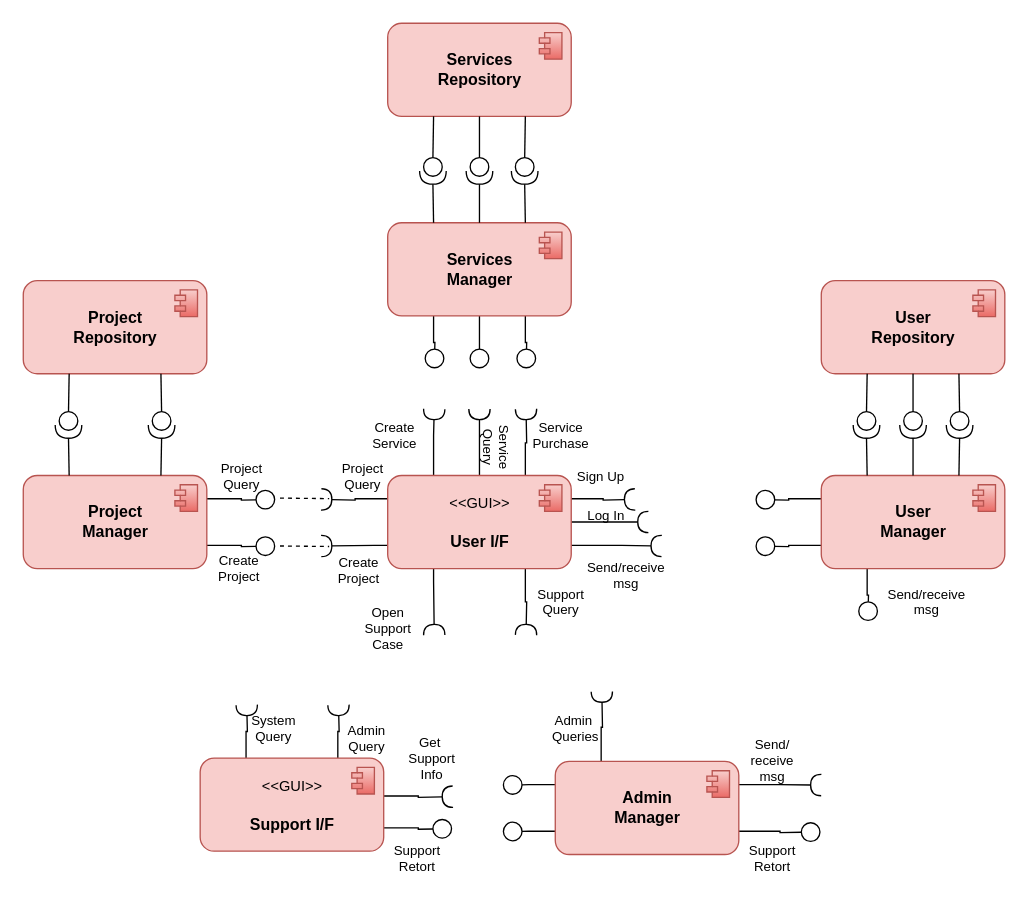
Above: page "Component Diagram" (3 of 3) of SAD Diagrams.drawio in Itaybarbar/myProject (draw.io), before the change. Source tidied: cells renumbered, new cells numbered last; positions are measured from the earlier drawing's top-left corner, leaving out a move shared by most shapes. Both pictures are drawn from the tidied source at 133%, with x=0, y=0 at pixel (23, 23).
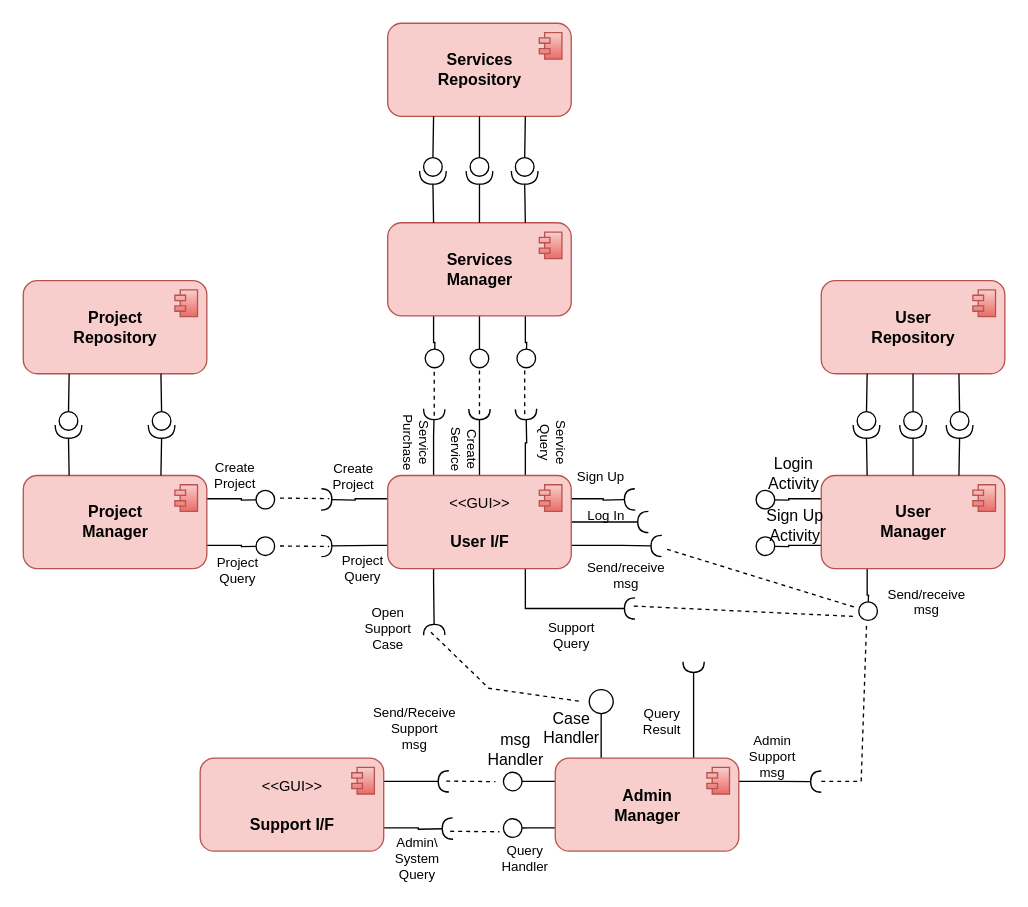
The same page after the edit.

Unchanged cells that the change refers to:
```xml
<mxCell id="2" style="edgeStyle=orthogonalEdgeStyle;rounded=0;jettySize=auto;html=1;exitX=0;exitY=0.25;exitDx=0;exitDy=0;endArrow=halfCircle;endFill=0;" parent="1" edge="1" source="15">
  <mxGeometry relative="1" as="geometry">
    <mxPoint x="224" y="358" as="targetPoint" />
  </mxGeometry>
</mxCell>
<mxCell id="4" style="edgeStyle=orthogonalEdgeStyle;rounded=0;jettySize=auto;html=1;exitX=0;exitY=0.75;exitDx=0;exitDy=0;endArrow=halfCircle;endFill=0;arcSize=20;strokeWidth=1;targetPerimeterSpacing=12;sourcePerimeterSpacing=0;" parent="1" edge="1" source="15">
  <mxGeometry relative="1" as="geometry">
    <mxPoint x="224" y="393" as="targetPoint" />
    <Array as="points">
      <mxPoint x="264" y="393" />
      <mxPoint x="264" y="393" />
    </Array>
  </mxGeometry>
</mxCell>
<mxCell id="15" value="&lt;blockquote style=&quot;margin: 0 0 0 40px ; border: none ; padding: 0px&quot;&gt;&lt;/blockquote&gt;&lt;span style=&quot;font-size: 11px&quot;&gt;&lt;span style=&quot;font-weight: normal&quot;&gt;&amp;lt;&amp;lt;GUI&amp;gt;&amp;gt;&lt;br&gt;&lt;/span&gt;&lt;br&gt;&lt;/span&gt;User I/F&lt;br&gt; " style="html=1;fillColor=#f8cecc;strokeColor=#b85450;align=center;fontStyle=1;perimeterSpacing=0;rounded=1;" parent="1" vertex="1">
  <mxGeometry x="274" y="340" width="138" height="70" as="geometry" />
</mxCell>
<mxCell id="26" value="&lt;blockquote style=&quot;margin: 0 0 0 40px ; border: none ; padding: 0px&quot;&gt;&lt;/blockquote&gt;&lt;span style=&quot;font-size: 11px&quot;&gt;&lt;span style=&quot;font-weight: normal&quot;&gt;&amp;lt;&amp;lt;GUI&amp;gt;&amp;gt;&lt;br&gt;&lt;/span&gt;&lt;br&gt;&lt;/span&gt;Support I/F&lt;br&gt; " style="html=1;fillColor=#f8cecc;strokeColor=#b85450;align=center;fontStyle=1;perimeterSpacing=0;rounded=1;" parent="1" vertex="1">
  <mxGeometry x="133" y="552.5" width="138" height="70" as="geometry" />
</mxCell>
<mxCell id="62" value="Send/receive&lt;br&gt;msg" style="text;html=1;align=center;verticalAlign=middle;points=[];strokeColor=none;fillColor=none;fontSize=10;" parent="1" vertex="1">
  <mxGeometry x="418" y="400" width="70" height="30" as="geometry" />
</mxCell>
```

Change to the diagram source:
```diff
@@
-    <mxCell id="3" value="Project &lt;br style=&quot;font-size: 10px;&quot;&gt;Query" style="edgeLabel;html=1;align=center;verticalAlign=middle;fontSize=10;" parent="2" vertex="1">
+    <mxCell id="3" value="Project &lt;br style=&quot;font-size: 10px;&quot;&gt;Query" style="edgeLabel;html=1;align=center;verticalAlign=middle;fontSize=10;rotation=0;" parent="2" vertex="1">
       <mxGeometry x="-0.22" y="1" relative="1" as="geometry">
-        <mxPoint y="-18" as="offset" />
+        <mxPoint y="51" as="offset" />
       </mxGeometry>
     </mxCell>
@@
     <mxCell id="5" value="Create&lt;br style=&quot;font-size: 10px;&quot;&gt;Project" style="edgeLabel;html=1;align=center;verticalAlign=middle;fontSize=10;" parent="4" vertex="1">
       <mxGeometry x="0.28" y="-1" relative="1" as="geometry">
-        <mxPoint x="-80" y="18" as="offset" />
+        <mxPoint x="-83" y="-52" as="offset" />
       </mxGeometry>
     </mxCell>
@@
     <mxCell id="12" style="edgeStyle=orthogonalEdgeStyle;rounded=0;jettySize=auto;html=1;exitX=0.75;exitY=1;exitDx=0;exitDy=0;endArrow=halfCircle;endFill=0;sourcePerimeterSpacing=0;targetPerimeterSpacing=0;strokeWidth=1;" parent="1" edge="1" source="15">
       <mxGeometry relative="1" as="geometry">
-        <mxPoint x="378" y="460" as="targetPoint" />
+        <mxPoint x="460" y="440" as="targetPoint" />
+        <Array as="points">
+          <mxPoint x="378" y="440" />
+        </Array>
       </mxGeometry>
     </mxCell>
@@
     <mxCell id="18" value="Service&lt;br style=&quot;font-size: 10px;&quot;&gt;Query" style="text;html=1;align=center;verticalAlign=middle;strokeColor=none;fillColor=none;fontSize=10;rotation=90;" parent="1" vertex="1">
-      <mxGeometry x="332" y="303.5" width="50" height="30" as="geometry" />
+      <mxGeometry x="374" y="300" width="50" height="30" as="geometry" />
     </mxCell>
-    <mxCell id="19" value="Service&lt;br style=&quot;font-size: 10px;&quot;&gt;Purchase" style="text;html=1;align=center;verticalAlign=middle;strokeColor=none;fillColor=none;fontSize=10;" parent="1" vertex="1">
-      <mxGeometry x="374" y="295" width="60" height="30" as="geometry" />
+    <mxCell id="19" value="Service&lt;br style=&quot;font-size: 10px;&quot;&gt;Purchase" style="text;html=1;align=center;verticalAlign=middle;strokeColor=none;fillColor=none;fontSize=10;rotation=90;" parent="1" vertex="1">
+      <mxGeometry x="266" y="300" width="60" height="30" as="geometry" />
     </mxCell>
@@
     <mxCell id="21" value="Support&lt;br style=&quot;font-size: 10px;&quot;&gt;Query" style="text;html=1;align=center;verticalAlign=middle;strokeColor=none;fillColor=none;fontSize=10;" parent="1" vertex="1">
-      <mxGeometry x="379" y="420" width="50" height="30" as="geometry" />
+      <mxGeometry x="387" y="445" width="50" height="30" as="geometry" />
     </mxCell>
-    <mxCell id="22" style="edgeStyle=orthogonalEdgeStyle;rounded=0;jettySize=auto;html=1;exitX=1.001;exitY=0.407;exitDx=0;exitDy=0;endArrow=halfCircle;endFill=0;sourcePerimeterSpacing=0;targetPerimeterSpacing=0;strokeWidth=1;exitPerimeter=0;" parent="1" edge="1" source="26">
+    <mxCell id="22" style="edgeStyle=orthogonalEdgeStyle;rounded=0;orthogonalLoop=1;jettySize=auto;html=1;endArrow=halfCircle;endFill=0;sourcePerimeterSpacing=0;targetPerimeterSpacing=0;strokeWidth=1;" parent="1" edge="1">
       <mxGeometry relative="1" as="geometry">
-        <mxPoint x="323" y="581.5" as="targetPoint" />
+        <mxPoint x="270" y="570" as="sourcePoint" />
+        <mxPoint x="320" y="570" as="targetPoint" />
       </mxGeometry>
     </mxCell>
-    <mxCell id="23" style="edgeStyle=orthogonalEdgeStyle;rounded=0;jettySize=auto;html=1;exitX=0.75;exitY=0;exitDx=0;exitDy=0;fontSize=10;endArrow=halfCircle;endFill=0;sourcePerimeterSpacing=0;targetPerimeterSpacing=0;strokeWidth=1;" parent="1" edge="1" source="26">
-      <mxGeometry relative="1" as="geometry">
-        <mxPoint x="237" y="512.5" as="targetPoint" />
-      </mxGeometry>
-    </mxCell>
-    <mxCell id="24" style="edgeStyle=orthogonalEdgeStyle;rounded=0;jettySize=auto;html=1;exitX=0.25;exitY=0;exitDx=0;exitDy=0;fontSize=10;endArrow=halfCircle;endFill=0;sourcePerimeterSpacing=0;targetPerimeterSpacing=0;strokeWidth=1;" parent="1" edge="1" source="26">
-      <mxGeometry relative="1" as="geometry">
-        <mxPoint x="168" y="512.5" as="targetPoint" />
-      </mxGeometry>
-    </mxCell>
-    <mxCell id="25" style="edgeStyle=orthogonalEdgeStyle;rounded=0;jettySize=auto;html=1;exitX=1;exitY=0.75;exitDx=0;exitDy=0;fontSize=10;endArrow=circle;endFill=0;sourcePerimeterSpacing=0;targetPerimeterSpacing=0;strokeWidth=1;" parent="1" edge="1" source="26">
+    <mxCell id="25" style="edgeStyle=orthogonalEdgeStyle;rounded=0;jettySize=auto;html=1;exitX=1;exitY=0.75;exitDx=0;exitDy=0;fontSize=10;endArrow=halfCircle;endFill=0;sourcePerimeterSpacing=0;targetPerimeterSpacing=0;strokeWidth=1;" parent="1" edge="1" source="26">
       <mxGeometry relative="1" as="geometry">
         <mxPoint x="323" y="605.5" as="targetPoint" />
       </mxGeometry>
     </mxCell>
@@
-    <mxCell id="28" value="Get&amp;nbsp;&lt;br style=&quot;font-size: 10px;&quot;&gt;Support&lt;br style=&quot;font-size: 10px;&quot;&gt;Info" style="text;html=1;align=center;verticalAlign=middle;strokeColor=none;fillColor=none;fontSize=10;" parent="1" vertex="1">
-      <mxGeometry x="282" y="532.5" width="50" height="40" as="geometry" />
+    <mxCell id="28" value="Send/Receive&lt;br style=&quot;font-size: 10px&quot;&gt;Support&lt;br style=&quot;font-size: 10px&quot;&gt;msg" style="text;html=1;align=center;verticalAlign=middle;strokeColor=none;fillColor=none;fontSize=10;" parent="1" vertex="1">
+      <mxGeometry x="254" y="510" width="80" height="40" as="geometry" />
     </mxCell>
@@
-    <mxCell id="49" style="edgeStyle=orthogonalEdgeStyle;rounded=0;jettySize=auto;html=1;exitX=1;exitY=0.75;exitDx=0;exitDy=0;fontSize=10;endArrow=circle;endFill=0;sourcePerimeterSpacing=0;targetPerimeterSpacing=0;strokeWidth=1;" parent="1" edge="1" source="54">
-      <mxGeometry relative="1" as="geometry">
-        <mxPoint x="600" y="608" as="targetPoint" />
-      </mxGeometry>
-    </mxCell>
-    <mxCell id="50" style="edgeStyle=orthogonalEdgeStyle;rounded=0;jettySize=auto;html=1;exitX=0.25;exitY=0;exitDx=0;exitDy=0;fontSize=10;endArrow=halfCircle;endFill=0;sourcePerimeterSpacing=0;targetPerimeterSpacing=0;strokeWidth=1;" parent="1" edge="1" source="54">
+    <mxCell id="50" style="edgeStyle=orthogonalEdgeStyle;rounded=0;jettySize=auto;html=1;exitX=0.75;exitY=0;exitDx=0;exitDy=0;fontSize=10;endArrow=halfCircle;endFill=0;sourcePerimeterSpacing=0;targetPerimeterSpacing=0;strokeWidth=1;" parent="1" edge="1" source="54">
       <mxGeometry relative="1" as="geometry">
-        <mxPoint x="435" y="502.5" as="targetPoint" />
+        <mxPoint x="504" y="480" as="targetPoint" />
+        <Array as="points">
+          <mxPoint x="504" y="480" />
+        </Array>
       </mxGeometry>
     </mxCell>
     <mxCell id="51" style="edgeStyle=orthogonalEdgeStyle;rounded=0;jettySize=auto;html=1;exitX=1;exitY=0.25;exitDx=0;exitDy=0;fontSize=10;endArrow=halfCircle;endFill=0;sourcePerimeterSpacing=0;targetPerimeterSpacing=0;strokeWidth=1;" parent="1" edge="1" source="54">
       <mxGeometry relative="1" as="geometry">
-        <mxPoint x="600" y="572.8" as="targetPoint" />
+        <mxPoint x="600" y="570.2" as="targetPoint" />
       </mxGeometry>
     </mxCell>
     <mxCell id="52" style="edgeStyle=orthogonalEdgeStyle;rounded=0;jettySize=auto;html=1;exitX=0;exitY=0.25;exitDx=0;exitDy=0;endArrow=circle;endFill=0;" parent="1" edge="1" source="54">
       <mxGeometry relative="1" as="geometry">
-        <mxPoint x="360" y="572.8" as="targetPoint" />
+        <mxPoint x="360" y="570.2" as="targetPoint" />
       </mxGeometry>
     </mxCell>
     <mxCell id="53" style="edgeStyle=orthogonalEdgeStyle;rounded=0;jettySize=auto;html=1;exitX=0;exitY=0.75;exitDx=0;exitDy=0;endArrow=circle;endFill=0;" parent="1" edge="1" source="54">
       <mxGeometry relative="1" as="geometry">
-        <mxPoint x="360" y="607.8" as="targetPoint" />
+        <mxPoint x="360" y="605.2" as="targetPoint" />
       </mxGeometry>
     </mxCell>
+    <mxCell id="93" style="edgeStyle=orthogonalEdgeStyle;rounded=0;jettySize=auto;html=1;exitX=0.25;exitY=0;exitDx=0;exitDy=0;endArrow=circle;endFill=0;endSize=8;" parent="1" edge="1" source="54">
+      <mxGeometry relative="1" as="geometry">
+        <mxPoint x="434.6" y="500" as="targetPoint" />
+      </mxGeometry>
+    </mxCell>
     <mxCell id="54" value="&lt;blockquote style=&quot;margin: 0 0 0 40px ; border: none ; padding: 0px&quot;&gt;&lt;/blockquote&gt;Admin&lt;br&gt;Manager&lt;br&gt; " style="html=1;fillColor=#f8cecc;strokeColor=#b85450;align=center;fontStyle=1;perimeterSpacing=0;rounded=1;" parent="1" vertex="1">
-      <mxGeometry x="400" y="555" width="138" height="70" as="geometry" />
+      <mxGeometry x="400" y="552.5" width="138" height="70" as="geometry" />
     </mxCell>
@@
-    <mxCell id="56" value="Admin &lt;br&gt;Query" style="text;html=1;align=center;verticalAlign=middle;strokeColor=none;fillColor=none;fontSize=10;" parent="1" vertex="1">
-      <mxGeometry x="238" y="522.5" width="40" height="30" as="geometry" />
+    <mxCell id="56" value="Admin\&lt;br&gt;System&lt;br&gt;Query" style="text;html=1;align=center;verticalAlign=middle;strokeColor=none;fillColor=none;fontSize=10;" parent="1" vertex="1">
+      <mxGeometry x="271" y="607.5" width="50" height="40" as="geometry" />
     </mxCell>
-    <mxCell id="57" value="System&lt;br&gt;Query" style="text;html=1;align=center;verticalAlign=middle;strokeColor=none;fillColor=none;fontSize=10;" parent="1" vertex="1">
-      <mxGeometry x="163" y="515" width="50" height="30" as="geometry" />
-    </mxCell>
-    <mxCell id="58" value="Support&lt;br&gt;Retort" style="text;html=1;align=center;verticalAlign=middle;strokeColor=none;fillColor=none;fontSize=10;" parent="1" vertex="1">
-      <mxGeometry x="271" y="612.5" width="50" height="30" as="geometry" />
-    </mxCell>
-    <mxCell id="59" value="Support&lt;br&gt;Retort" style="text;html=1;align=center;verticalAlign=middle;strokeColor=none;fillColor=none;fontSize=10;" parent="1" vertex="1">
-      <mxGeometry x="538" y="612.5" width="50" height="30" as="geometry" />
-    </mxCell>
-    <mxCell id="60" value="Create&lt;br&gt;Service" style="text;html=1;align=center;verticalAlign=middle;strokeColor=none;fillColor=none;fontSize=10;" parent="1" vertex="1">
-      <mxGeometry x="254" y="295" width="50" height="30" as="geometry" />
+    <mxCell id="60" value="Create&lt;br&gt;Service" style="text;html=1;align=center;verticalAlign=middle;strokeColor=none;fillColor=none;fontSize=10;rotation=90;" parent="1" vertex="1">
+      <mxGeometry x="307" y="305" width="50" height="30" as="geometry" />
     </mxCell>
-    <mxCell id="61" value="Admin&amp;nbsp;&lt;br&gt;Queries" style="text;html=1;align=center;verticalAlign=middle;strokeColor=none;fillColor=none;fontSize=10;" parent="1" vertex="1">
-      <mxGeometry x="390" y="515" width="50" height="30" as="geometry" />
+    <mxCell id="61" value="Query&lt;br&gt;Result" style="text;html=1;align=center;verticalAlign=middle;strokeColor=none;fillColor=none;fontSize=10;" parent="1" vertex="1">
+      <mxGeometry x="460" y="510" width="40" height="30" as="geometry" />
     </mxCell>
@@
-    <mxCell id="63" value="Send/&lt;br&gt;receive&lt;br&gt;msg" style="text;html=1;align=center;verticalAlign=middle;strokeColor=none;fillColor=none;fontSize=10;" parent="1" vertex="1">
-      <mxGeometry x="538" y="533.8" width="50" height="40" as="geometry" />
+    <mxCell id="63" value="Admin&lt;br&gt;Support&lt;br&gt;msg" style="text;html=1;align=center;verticalAlign=middle;strokeColor=none;fillColor=none;fontSize=10;" parent="1" vertex="1">
+      <mxGeometry x="538" y="531.2" width="50" height="40" as="geometry" />
     </mxCell>
@@
     <mxCell id="91" value="Project &lt;br style=&quot;font-size: 10px;&quot;&gt;Query" style="edgeLabel;html=1;align=center;verticalAlign=middle;fontSize=10;labelBackgroundColor=none;" parent="1" vertex="1">
-      <mxGeometry x="163" y="340" as="geometry" />
+      <mxGeometry x="160" y="410" as="geometry" />
     </mxCell>
     <mxCell id="92" value="Create&lt;br style=&quot;font-size: 10px;&quot;&gt;Project" style="edgeLabel;html=1;align=center;verticalAlign=middle;fontSize=10;" parent="1" vertex="1">
-      <mxGeometry x="258" y="430" as="geometry">
+      <mxGeometry x="254" y="360" as="geometry">
         <mxPoint x="-7" y="-20" as="offset" />
       </mxGeometry>
     </mxCell>
+    <mxCell id="94" style="endArrow=none;dashed=1;html=1;rounded=0;endSize=8;" parent="1" edge="1">
+      <mxGeometry relative="1" as="geometry">
+        <mxPoint x="309" y="295" as="sourcePoint" />
+        <mxPoint x="309" y="262" as="targetPoint" />
+      </mxGeometry>
+    </mxCell>
+    <mxCell id="95" style="endArrow=none;dashed=1;html=1;rounded=0;endSize=8;" parent="1" edge="1">
+      <mxGeometry relative="1" as="geometry">
+        <mxPoint x="343" y="294" as="sourcePoint" />
+        <mxPoint x="343" y="261" as="targetPoint" />
+      </mxGeometry>
+    </mxCell>
+    <mxCell id="96" style="endArrow=none;dashed=1;html=1;rounded=0;endSize=8;" parent="1" edge="1">
+      <mxGeometry relative="1" as="geometry">
+        <mxPoint x="377" y="294" as="sourcePoint" />
+        <mxPoint x="377" y="261" as="targetPoint" />
+      </mxGeometry>
+    </mxCell>
+    <mxCell id="97" style="endArrow=none;dashed=1;html=1;rounded=0;endSize=8;" parent="1" edge="1">
+      <mxGeometry relative="1" as="geometry">
+        <mxPoint x="318" y="569.8" as="sourcePoint" />
+        <mxPoint x="355" y="570.2" as="targetPoint" />
+      </mxGeometry>
+    </mxCell>
+    <mxCell id="98" style="endArrow=none;dashed=1;html=1;rounded=0;endSize=8;" parent="1" edge="1">
+      <mxGeometry relative="1" as="geometry">
+        <mxPoint x="321" y="607.5" as="sourcePoint" />
+        <mxPoint x="358" y="607.9" as="targetPoint" />
+      </mxGeometry>
+    </mxCell>
+    <mxCell id="99" style="endArrow=none;dashed=1;html=1;rounded=0;endSize=8;" parent="1" edge="1">
+      <mxGeometry relative="1" as="geometry">
+        <mxPoint x="600" y="570" as="sourcePoint" />
+        <mxPoint x="634" y="453" as="targetPoint" />
+        <Array as="points">
+          <mxPoint x="630" y="570" />
+        </Array>
+      </mxGeometry>
+    </mxCell>
+    <mxCell id="100" style="endArrow=none;dashed=1;html=1;rounded=0;endSize=8;exitX=0.943;exitY=-0.15;exitDx=0;exitDy=0;exitPerimeter=0;" parent="1" edge="1" source="62">
+      <mxGeometry relative="1" as="geometry">
+        <mxPoint x="625" y="439" as="targetPoint" />
+      </mxGeometry>
+    </mxCell>
+    <mxCell id="101" style="endArrow=none;dashed=1;html=1;rounded=0;endSize=8;exitX=0.943;exitY=-0.15;exitDx=0;exitDy=0;exitPerimeter=0;" parent="1" edge="1">
+      <mxGeometry relative="1" as="geometry">
+        <mxPoint x="459" y="438.2" as="sourcePoint" />
+        <mxPoint x="625" y="446" as="targetPoint" />
+      </mxGeometry>
+    </mxCell>
+    <mxCell id="102" style="endArrow=none;dashed=1;html=1;rounded=0;endSize=8;exitX=0.943;exitY=-0.15;exitDx=0;exitDy=0;exitPerimeter=0;" parent="1" edge="1">
+      <mxGeometry relative="1" as="geometry">
+        <mxPoint x="306.5" y="457.8" as="sourcePoint" />
+        <mxPoint x="420" y="510" as="targetPoint" />
+        <Array as="points">
+          <mxPoint x="350" y="500" />
+        </Array>
+      </mxGeometry>
+    </mxCell>
+    <mxCell id="103" value="Case &lt;br&gt;Handler" style="text;html=1;align=center;verticalAlign=middle;strokeColor=none;fillColor=none;" parent="1" vertex="1">
+      <mxGeometry x="382" y="515" width="60" height="30" as="geometry" />
+    </mxCell>
+    <mxCell id="104" value="msg&lt;br&gt;Handler" style="text;html=1;align=center;verticalAlign=middle;strokeColor=none;fillColor=none;" parent="1" vertex="1">
+      <mxGeometry x="340" y="531.2" width="60" height="30" as="geometry" />
+    </mxCell>
+    <mxCell id="105" value="Query&lt;br&gt;Handler" style="text;html=1;align=center;verticalAlign=middle;strokeColor=none;fillColor=none;fontSize=10;" parent="1" vertex="1">
+      <mxGeometry x="352" y="612.5" width="50" height="30" as="geometry" />
+    </mxCell>
+    <mxCell id="106" value="Login&lt;br&gt;Activity" style="text;html=1;align=center;verticalAlign=middle;strokeColor=none;fillColor=none;" parent="1" vertex="1">
+      <mxGeometry x="554" y="324" width="50" height="30" as="geometry" />
+    </mxCell>
+    <mxCell id="107" value="Sign Up&lt;br&gt;Activity" style="text;html=1;align=center;verticalAlign=middle;strokeColor=none;fillColor=none;" parent="1" vertex="1">
+      <mxGeometry x="550" y="363" width="60" height="30" as="geometry" />
+    </mxCell>
```
